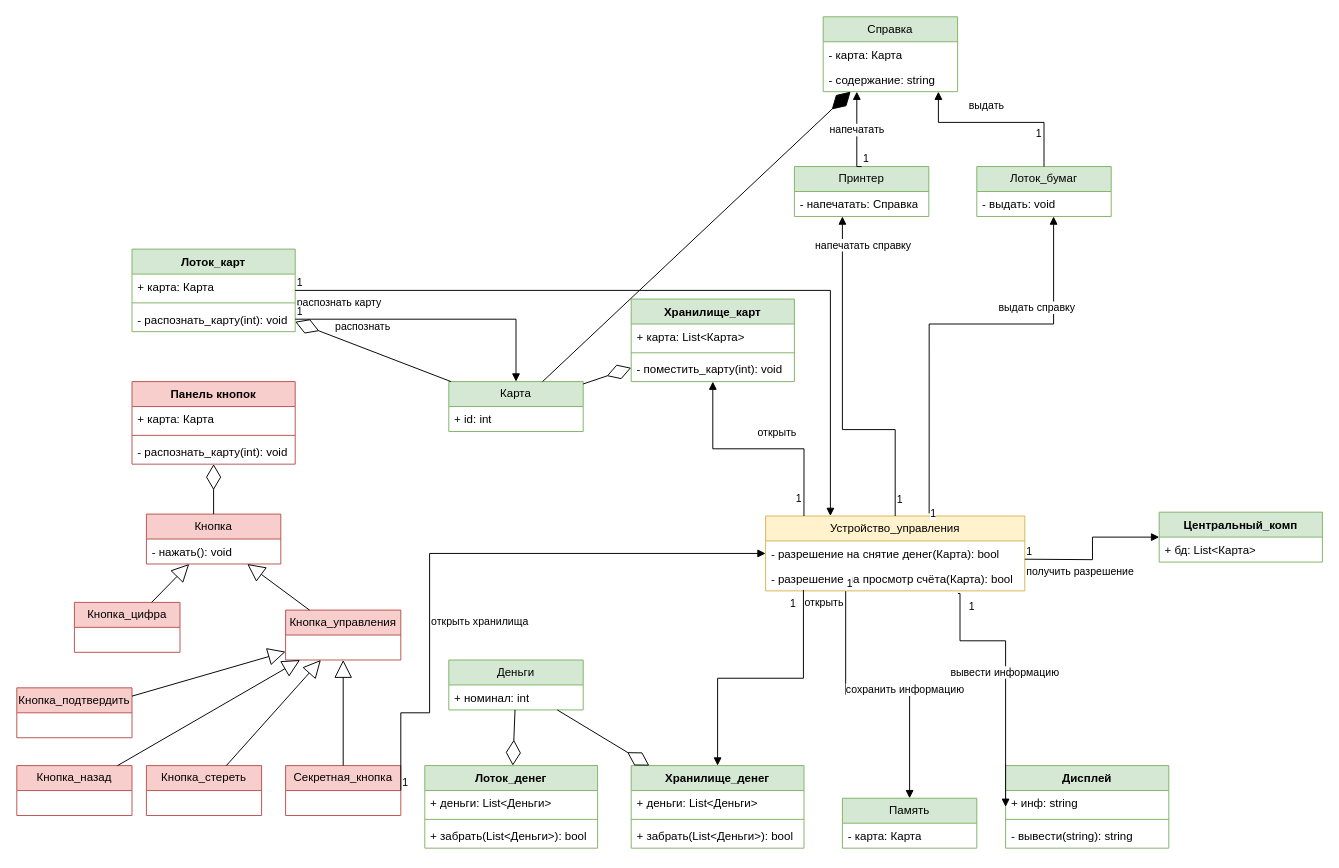
KvoERR/pnrpu-3rd-year keeps this draw.io diagram as папс/Банкомат/Понятия.drawio. Above is the earlier version. Source tidied: cells renumbered, new cells numbered last; positions are measured from the earlier drawing's top-left corner, leaving out a move shared by most shapes. Both pictures are drawn from the tidied source at 96%, with x=0, y=0 at pixel (16, 16).
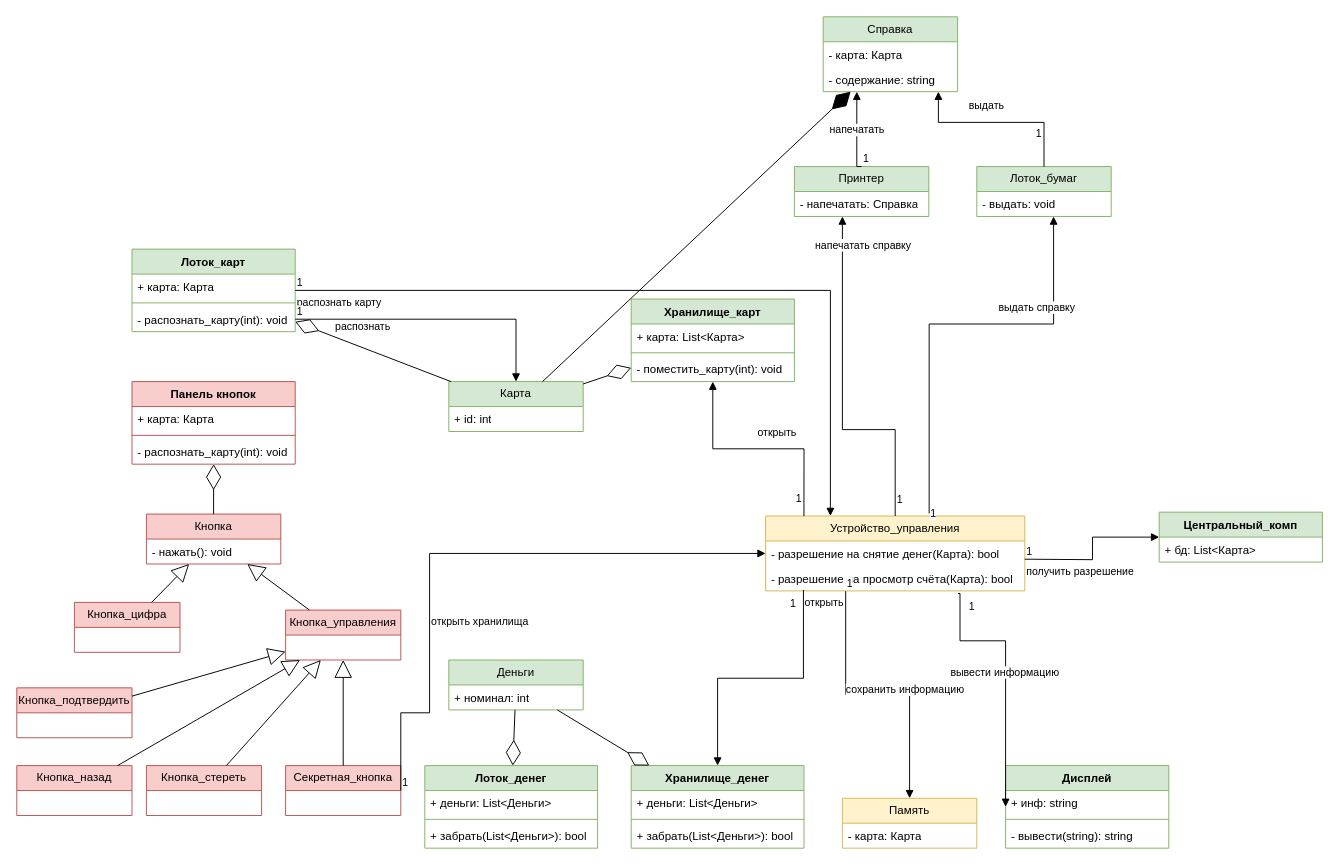
The same diagram, later.

Diff of the diagram source:
```diff
@@
-    <mxCell id="29" value="Память" style="swimlane;fontStyle=0;horizontal=1;startSize=26;fillColor=#d5e8d4;whiteSpace=wrap;html=1;strokeColor=#82b366;" parent="1" vertex="1">
+    <mxCell id="29" value="Память" style="swimlane;fontStyle=0;horizontal=1;startSize=26;fillColor=#fff2cc;whiteSpace=wrap;html=1;strokeColor=#d6b656;" parent="1" vertex="1">
       <mxGeometry x="860" y="814" width="140" height="52" as="geometry" />
     </mxCell>
```
